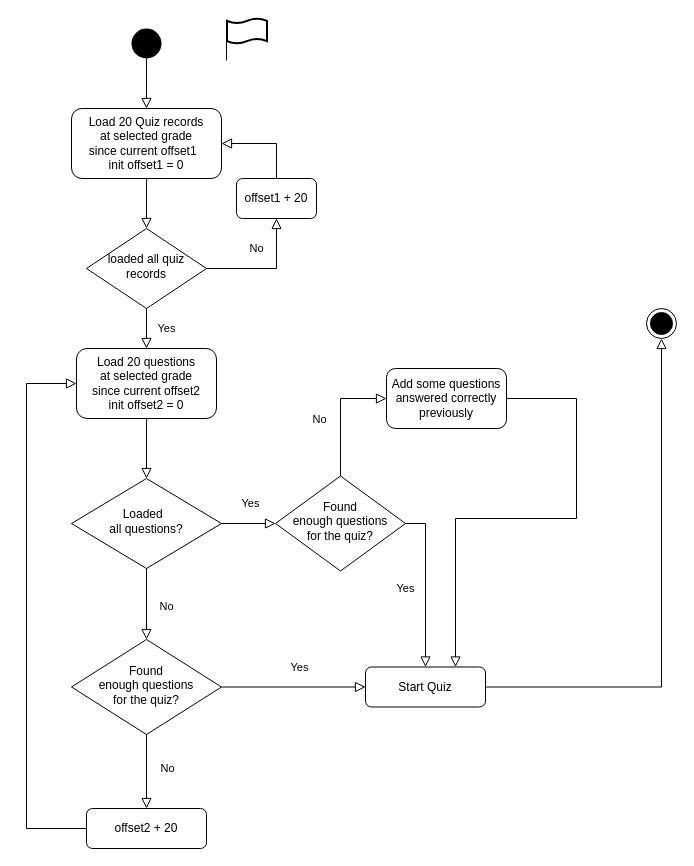
Before: selectingquestions.drawio in mingyuzhao/Diagrams, a draw.io diagram. Source tidied: cells renumbered, new cells numbered last; positions are measured from the earlier drawing's top-left corner, leaving out a move shared by most shapes. Both pictures are drawn from the tidied source at 100%, with x=0, y=0 at pixel (26, 18).
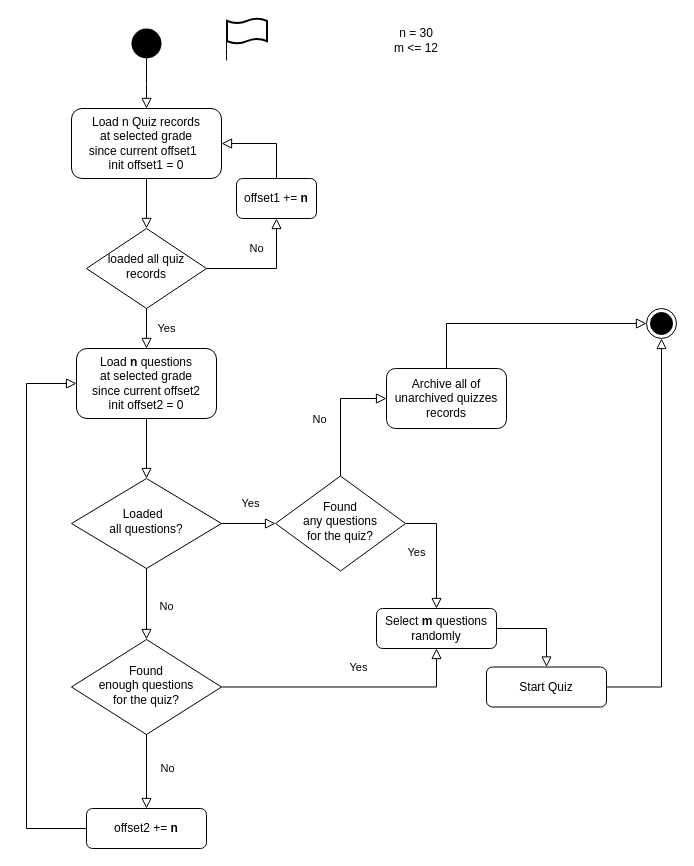
After the change.

The change refers to these unchanged cells:
```xml
<mxCell id="9" value="Found &lt;br&gt;enough questions &lt;br&gt;for the quiz?" style="rhombus;whiteSpace=wrap;html=1;shadow=0;fontFamily=Helvetica;fontSize=12;align=center;strokeWidth=1;spacing=6;spacingTop=-4;" parent="1" vertex="1">
  <mxGeometry x="45" y="621" width="150" height="95" as="geometry" />
</mxCell>
<mxCell id="26" style="ellipse;html=1;shape=endState;fillColor=#000000;strokeColor=#000000;" parent="1" vertex="1">
  <mxGeometry x="620" y="290" width="30" height="30" as="geometry" />
</mxCell>
```

Change to the diagram source:
```diff
@@
-    <mxCell id="3" value="Load 20 Quiz records &lt;br&gt;at selected grade&lt;br&gt;since current offset1&amp;nbsp;&amp;nbsp;&lt;br&gt;init offset1 = 0" style="rounded=1;whiteSpace=wrap;html=1;fontSize=12;glass=0;strokeWidth=1;shadow=0;" parent="1" vertex="1">
+    <mxCell id="3" value="Load n Quiz records &lt;br&gt;at selected grade&lt;br&gt;since current offset1&amp;nbsp;&amp;nbsp;&lt;br&gt;init offset1 = 0" style="rounded=1;whiteSpace=wrap;html=1;fontSize=12;glass=0;strokeWidth=1;shadow=0;" parent="1" vertex="1">
       <mxGeometry x="45" y="90" width="150" height="70" as="geometry" />
     </mxCell>
@@
-    <mxCell id="8" value="Yes" style="edgeStyle=orthogonalEdgeStyle;rounded=0;html=1;jettySize=auto;fontSize=11;endArrow=block;endFill=0;endSize=8;strokeWidth=1;shadow=0;labelBackgroundColor=none;entryX=0;entryY=0.5;entryDx=0;entryDy=0;" parent="1" edge="1" source="9" target="19">
+    <mxCell id="8" value="Yes" style="edgeStyle=orthogonalEdgeStyle;rounded=0;html=1;jettySize=auto;fontSize=11;endArrow=block;endFill=0;endSize=8;strokeWidth=1;shadow=0;labelBackgroundColor=none;entryX=0.5;entryY=1;entryDx=0;entryDy=0;" parent="1" edge="1" source="9" target="33">
       <mxGeometry x="0.08" y="20" relative="1" as="geometry" />
     </mxCell>
@@
-    <mxCell id="10" value="offset2 + 20" style="rounded=1;whiteSpace=wrap;html=1;fontSize=12;glass=0;strokeWidth=1;shadow=0;" parent="1" vertex="1">
+    <mxCell id="10" value="offset2 += &lt;b&gt;n&lt;/b&gt;" style="rounded=1;whiteSpace=wrap;html=1;fontSize=12;glass=0;strokeWidth=1;shadow=0;" parent="1" vertex="1">
       <mxGeometry x="60" y="790" width="120" height="40" as="geometry" />
     </mxCell>
-    <mxCell id="11" value="Load 20 questions&lt;br&gt;at selected grade&lt;br&gt;since current offset2&lt;br&gt;init offset2 = 0" style="rounded=1;whiteSpace=wrap;html=1;fontSize=12;glass=0;strokeWidth=1;shadow=0;" parent="1" vertex="1">
+    <mxCell id="11" value="Load &lt;b&gt;n&lt;/b&gt; questions&lt;br&gt;at selected grade&lt;br&gt;since current offset2&lt;br&gt;init offset2 = 0" style="rounded=1;whiteSpace=wrap;html=1;fontSize=12;glass=0;strokeWidth=1;shadow=0;" parent="1" vertex="1">
       <mxGeometry x="50" y="330" width="140" height="70" as="geometry" />
     </mxCell>
-    <mxCell id="12" value="offset1 + 20" style="rounded=1;whiteSpace=wrap;html=1;fontSize=12;glass=0;strokeWidth=1;shadow=0;" parent="1" vertex="1">
+    <mxCell id="12" value="offset1 += &lt;b&gt;n&lt;/b&gt;" style="rounded=1;whiteSpace=wrap;html=1;fontSize=12;glass=0;strokeWidth=1;shadow=0;" parent="1" vertex="1">
       <mxGeometry x="210" y="160" width="80" height="40" as="geometry" />
     </mxCell>
@@
     <mxCell id="19" value="Start Quiz" style="rounded=1;whiteSpace=wrap;html=1;fontSize=12;glass=0;strokeWidth=1;shadow=0;" parent="1" vertex="1">
-      <mxGeometry x="339" y="648.5" width="120" height="40" as="geometry" />
+      <mxGeometry x="460" y="648.5" width="120" height="40" as="geometry" />
     </mxCell>
-    <mxCell id="20" value="Found &lt;br&gt;enough questions &lt;br&gt;for the quiz?" style="rhombus;whiteSpace=wrap;html=1;shadow=0;fontFamily=Helvetica;fontSize=12;align=center;strokeWidth=1;spacing=6;spacingTop=-4;" parent="1" vertex="1">
+    <mxCell id="20" value="Found &lt;br&gt;any questions &lt;br&gt;for the quiz?" style="rhombus;whiteSpace=wrap;html=1;shadow=0;fontFamily=Helvetica;fontSize=12;align=center;strokeWidth=1;spacing=6;spacingTop=-4;" parent="1" vertex="1">
       <mxGeometry x="249" y="457.5" width="130" height="95" as="geometry" />
     </mxCell>
@@
-    <mxCell id="28" value="Yes" style="edgeStyle=orthogonalEdgeStyle;rounded=0;html=1;jettySize=auto;fontSize=11;endArrow=block;endFill=0;endSize=8;strokeWidth=1;shadow=0;labelBackgroundColor=none;exitX=1;exitY=0.5;exitDx=0;exitDy=0;" parent="1" edge="1" source="20" target="19">
+    <mxCell id="28" value="Yes" style="edgeStyle=orthogonalEdgeStyle;rounded=0;html=1;jettySize=auto;fontSize=11;endArrow=block;endFill=0;endSize=8;strokeWidth=1;shadow=0;labelBackgroundColor=none;exitX=1;exitY=0.5;exitDx=0;exitDy=0;entryX=0.5;entryY=0;entryDx=0;entryDy=0;" parent="1" edge="1" source="20" target="33">
       <mxGeometry x="0.04" y="-20" relative="1" as="geometry" />
     </mxCell>
@@
-    <mxCell id="30" value="Add some questions answered correctly previously" style="rounded=1;whiteSpace=wrap;html=1;fontSize=12;glass=0;strokeWidth=1;shadow=0;" parent="1" vertex="1">
+    <mxCell id="30" value="Archive all of unarchived quizzes records" style="rounded=1;whiteSpace=wrap;html=1;fontSize=12;glass=0;strokeWidth=1;shadow=0;" parent="1" vertex="1">
       <mxGeometry x="360" y="350" width="120" height="60" as="geometry" />
     </mxCell>
-    <mxCell id="31" style="edgeStyle=orthogonalEdgeStyle;rounded=0;html=1;jettySize=auto;fontSize=11;endArrow=block;endFill=0;endSize=8;strokeWidth=1;shadow=0;labelBackgroundColor=none;exitX=1;exitY=0.5;exitDx=0;exitDy=0;entryX=0.75;entryY=0;entryDx=0;entryDy=0;" parent="1" edge="1" source="30" target="19">
+    <mxCell id="31" style="edgeStyle=orthogonalEdgeStyle;rounded=0;html=1;jettySize=auto;fontSize=11;endArrow=block;endFill=0;endSize=8;strokeWidth=1;shadow=0;labelBackgroundColor=none;exitX=1;exitY=0.5;exitDx=0;exitDy=0;entryX=0.5;entryY=0;entryDx=0;entryDy=0;" parent="1" edge="1" source="33" target="19">
       <mxGeometry x="0.55" y="25" relative="1" as="geometry">
         <Array as="points">
-          <mxPoint x="550" y="380" />
-          <mxPoint x="550" y="500" />
-          <mxPoint x="429" y="500" />
+          <mxPoint x="520" y="610" />
         </Array>
       </mxGeometry>
     </mxCell>
+    <mxCell id="32" value="n = 30&lt;br&gt;m &amp;lt;= 12" style="text;html=1;strokeColor=none;fillColor=none;align=center;verticalAlign=middle;whiteSpace=wrap;rounded=0;" parent="1" vertex="1">
+      <mxGeometry x="360" y="12" width="60" height="20" as="geometry" />
+    </mxCell>
+    <mxCell id="33" value="Select &lt;b&gt;m&lt;/b&gt; questions randomly" style="rounded=1;whiteSpace=wrap;html=1;fontSize=12;glass=0;strokeWidth=1;shadow=0;" parent="1" vertex="1">
+      <mxGeometry x="350" y="590" width="120" height="40" as="geometry" />
+    </mxCell>
+    <mxCell id="34" style="edgeStyle=orthogonalEdgeStyle;rounded=0;html=1;jettySize=auto;fontSize=11;endArrow=block;endFill=0;endSize=8;strokeWidth=1;shadow=0;labelBackgroundColor=none;exitX=0.5;exitY=0;exitDx=0;exitDy=0;entryX=0;entryY=0.5;entryDx=0;entryDy=0;" parent="1" edge="1" source="30" target="26">
+      <mxGeometry x="0.55" y="25" relative="1" as="geometry">
+        <Array as="points">
+          <mxPoint x="420" y="305" />
+        </Array>
+      </mxGeometry>
+    </mxCell>
```
